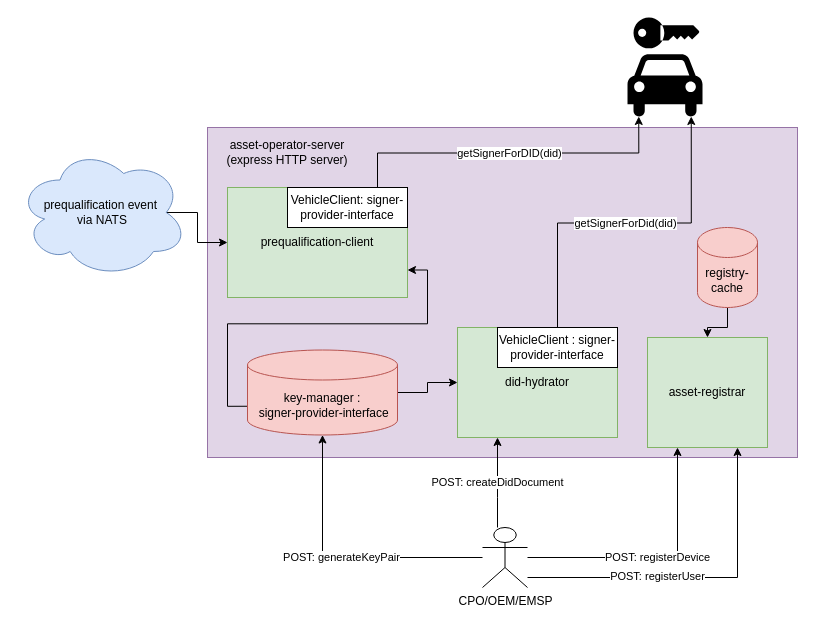
This is architecture.drawio from energywebfoundation/ev-dashboard-client, a draw.io file, before an edit. Source tidied: cells renumbered, new cells numbered last; positions are measured from the earlier drawing's top-left corner, leaving out a move shared by most shapes. Both pictures are drawn from the tidied source at 100%, with x=0, y=0 at pixel (17, 17).
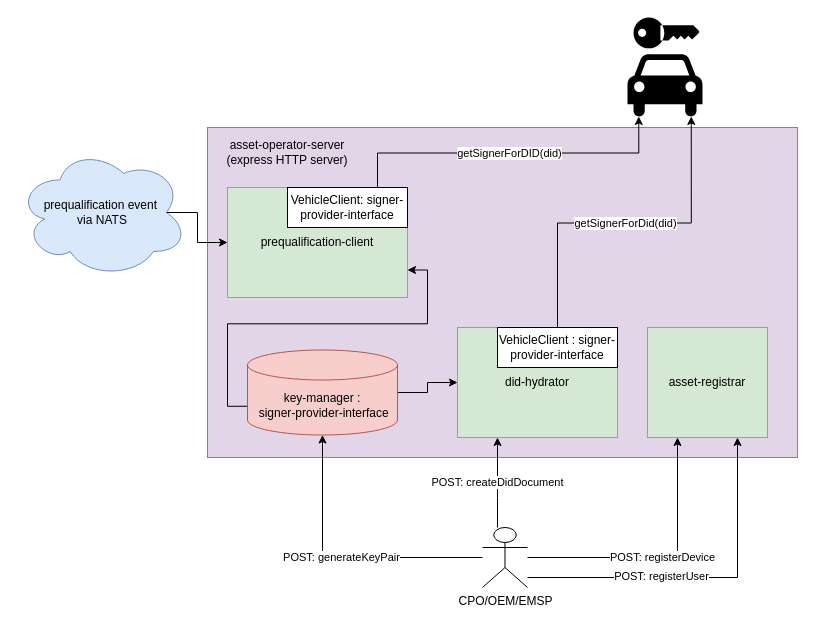
After the change.

Commit message (it also covers changes not shown here):
update diagram with removed asset cache

The edit, as a diff of the source:
```diff
@@
     <mxCell id="8" value="asset-registrar" style="rounded=0;whiteSpace=wrap;html=1;spacingLeft=0;fillColor=#d5e8d4;strokeColor=#82b366;" parent="1" vertex="1">
-      <mxGeometry x="630" y="320" width="120" height="110" as="geometry" />
+      <mxGeometry x="630" y="310" width="120" height="110" as="geometry" />
     </mxCell>
@@
-    <mxCell id="12" style="edgeStyle=orthogonalEdgeStyle;rounded=0;jettySize=auto;html=1;entryX=0.5;entryY=0;entryDx=0;entryDy=0;" parent="1" edge="1" source="13" target="8">
-      <mxGeometry relative="1" as="geometry" />
-    </mxCell>
-    <mxCell id="13" value="registry-cache" style="shape=cylinder3;whiteSpace=wrap;html=1;boundedLbl=1;backgroundOutline=1;size=15;fillColor=#f8cecc;strokeColor=#b85450;" parent="1" vertex="1">
-      <mxGeometry x="680" y="210" width="60" height="80" as="geometry" />
-    </mxCell>
```
